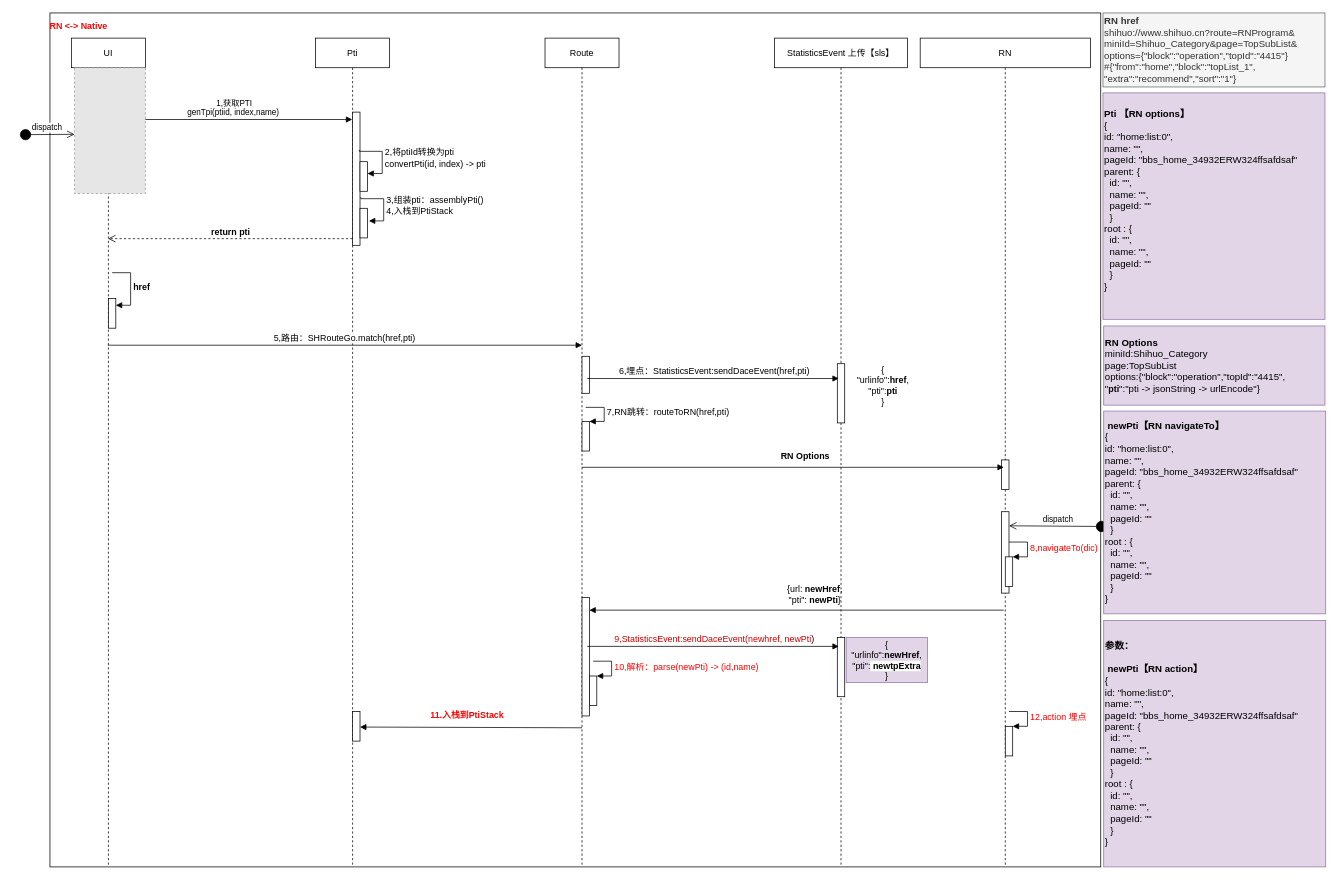
Above: ios客户端埋点方案V2-2.drawio in aiquantong/Hero (draw.io), before the change. Source tidied: cells renumbered, new cells numbered last; positions are measured from the earlier drawing's top-left corner, leaving out a move shared by most shapes. Both pictures are drawn from the tidied source at 74%, with x=0, y=0 at pixel (19, 13). Pictures stored in the file or linked from it are replaced by grey dashed boxes.
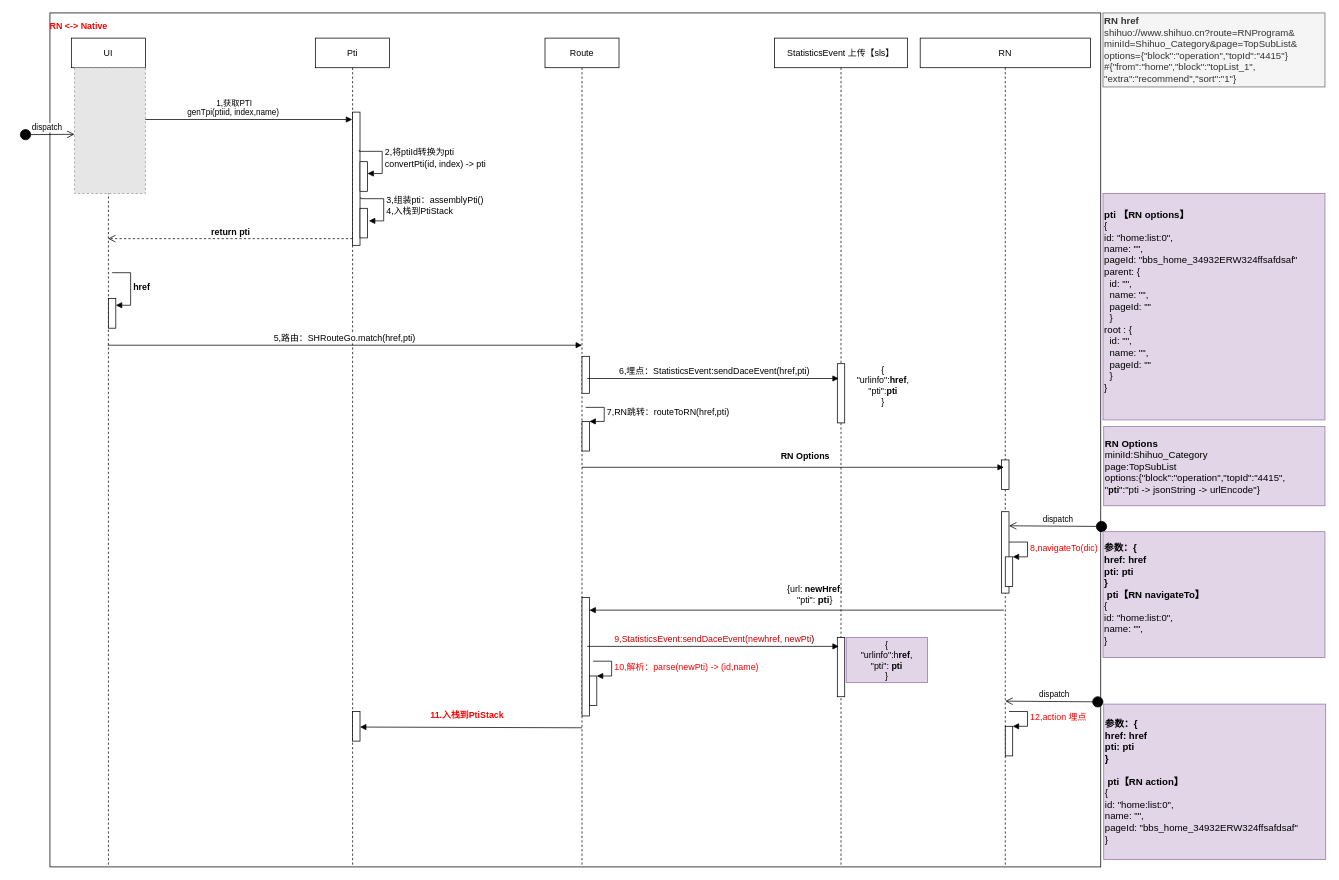
The same diagram, later.

Commit message:
Update ios客户端埋点方案V2-2.drawio

Diff of the diagram source:
```diff
@@
     <mxCell id="37" value="&lt;span style=&quot;font-size: 13px&quot;&gt;&lt;b style=&quot;font-size: 13px&quot;&gt;RN Options&lt;/b&gt;&lt;br style=&quot;font-size: 13px&quot;&gt;miniId:Shihuo_Category&lt;/span&gt;&lt;br style=&quot;padding: 0px ; margin: 0px ; font-size: 13px&quot;&gt;&lt;span style=&quot;font-size: 13px&quot;&gt;page:TopSubList&lt;/span&gt;&lt;br style=&quot;padding: 0px ; margin: 0px ; font-size: 13px&quot;&gt;&lt;span style=&quot;font-size: 13px&quot;&gt;options:{&quot;block&quot;:&quot;operation&quot;,&quot;topId&quot;:&quot;4415&quot;,&lt;/span&gt;&lt;br style=&quot;padding: 0px ; margin: 0px ; font-size: 13px&quot;&gt;&quot;&lt;font style=&quot;font-size: 12px&quot;&gt;&lt;b&gt;p&lt;/b&gt;&lt;b&gt;ti&lt;/b&gt;&lt;/font&gt;&lt;span style=&quot;font-size: 13px&quot;&gt;&quot;:&quot;pti -&amp;gt; jsonString -&amp;gt; urlEncode&lt;/span&gt;&lt;span style=&quot;font-size: 13px&quot;&gt;&quot;}&lt;/span&gt;" style="text;html=1;strokeColor=#9673a6;fillColor=#e1d5e7;align=left;verticalAlign=middle;whiteSpace=wrap;rounded=0;fontSize=13;" parent="1" vertex="1">
-      <mxGeometry x="1465" y="423" width="299" height="107" as="geometry" />
+      <mxGeometry x="1465" y="559" width="299" height="107" as="geometry" />
     </mxCell>
@@
-    <mxCell id="41" value="&lt;span style=&quot;text-align: left&quot;&gt;{url: &lt;b&gt;newHref&lt;/b&gt;&lt;/span&gt;&lt;span style=&quot;text-align: left&quot;&gt;,&lt;br&gt;&quot;pti&quot;: &lt;b&gt;newPti&lt;/b&gt;&lt;/span&gt;&lt;span style=&quot;text-align: left&quot;&gt;}&lt;/span&gt;" style="text;html=1;strokeColor=none;fillColor=none;align=center;verticalAlign=middle;whiteSpace=wrap;rounded=0;fontSize=12;" parent="1" vertex="1">
+    <mxCell id="41" value="&lt;span style=&quot;text-align: left&quot;&gt;{url: &lt;b&gt;newHref&lt;/b&gt;&lt;/span&gt;&lt;span style=&quot;text-align: left&quot;&gt;,&lt;br&gt;&quot;pti&quot;:&amp;nbsp;&lt;/span&gt;&lt;b style=&quot;font-size: 13px ; text-align: left&quot;&gt;pti&lt;/b&gt;&lt;span style=&quot;text-align: left&quot;&gt;}&lt;/span&gt;" style="text;html=1;strokeColor=none;fillColor=none;align=center;verticalAlign=middle;whiteSpace=wrap;rounded=0;fontSize=12;" parent="1" vertex="1">
       <mxGeometry x="840" y="766" width="470" height="40" as="geometry" />
     </mxCell>
@@
-    <mxCell id="44" value="{&lt;br&gt;&quot;urlinfo&quot;:&lt;b&gt;newHref&lt;/b&gt;,&lt;br&gt;&quot;pti&quot;:&lt;span style=&quot;background-color: rgb(255 , 255 , 255)&quot;&gt;&amp;nbsp;&lt;b&gt;newtpExtra&lt;/b&gt;&lt;/span&gt;&lt;br&gt;}" style="text;html=1;strokeColor=#9673a6;fillColor=#e1d5e7;align=center;verticalAlign=middle;whiteSpace=wrap;rounded=0;fontSize=12;" parent="1" vertex="1">
+    <mxCell id="44" value="{&lt;br&gt;&quot;urlinfo&quot;:h&lt;b&gt;ref&lt;/b&gt;,&lt;br&gt;&quot;pti&quot;:&lt;b style=&quot;text-align: left&quot;&gt;&amp;nbsp;pti&lt;/b&gt;&lt;br&gt;}" style="text;html=1;strokeColor=#9673a6;fillColor=#e1d5e7;align=center;verticalAlign=middle;whiteSpace=wrap;rounded=0;fontSize=12;" parent="1" vertex="1">
       <mxGeometry x="1117" y="844" width="110" height="61" as="geometry" />
     </mxCell>
@@
-    <mxCell id="49" value="&lt;font style=&quot;font-size: 13px&quot;&gt;&lt;b&gt;Pti 【RN options】&lt;/b&gt;&lt;b&gt;&lt;br&gt;&lt;/b&gt;&lt;/font&gt;&lt;div style=&quot;font-size: 13px&quot;&gt;&lt;div&gt;&lt;font style=&quot;font-size: 13px&quot;&gt;{&lt;br&gt;&lt;/font&gt;&lt;/div&gt;&lt;div&gt;&lt;div&gt;&lt;font style=&quot;font-size: 13px&quot;&gt;id: &quot;home:list:0&quot;,&lt;/font&gt;&lt;/div&gt;&lt;div&gt;&lt;font style=&quot;font-size: 13px&quot;&gt;name: &quot;&quot;,&lt;/font&gt;&lt;/div&gt;&lt;div&gt;&lt;font style=&quot;font-size: 13px&quot;&gt;pageId: &quot;bbs_home_34932ERW324ffsafdsaf&quot;&lt;/font&gt;&lt;/div&gt;&lt;div&gt;&lt;font style=&quot;font-size: 13px&quot;&gt;parent: {&lt;/font&gt;&lt;/div&gt;&lt;div&gt;&lt;font style=&quot;font-size: 13px&quot;&gt;&amp;nbsp; id: &quot;&quot;,&lt;/font&gt;&lt;/div&gt;&lt;div&gt;&lt;font style=&quot;font-size: 13px&quot;&gt;&amp;nbsp; name: &quot;&quot;,&lt;/font&gt;&lt;/div&gt;&lt;div&gt;&lt;font style=&quot;font-size: 13px&quot;&gt;&amp;nbsp; pageId: &quot;&quot;&lt;/font&gt;&lt;/div&gt;&lt;div&gt;&lt;font style=&quot;font-size: 13px&quot;&gt;&amp;nbsp; }&lt;/font&gt;&lt;/div&gt;&lt;div&gt;&lt;font style=&quot;font-size: 13px&quot;&gt;root : {&lt;/font&gt;&lt;/div&gt;&lt;div&gt;&lt;div&gt;&lt;font style=&quot;font-size: 13px&quot;&gt;&amp;nbsp; id: &quot;&quot;,&lt;/font&gt;&lt;/div&gt;&lt;div&gt;&lt;font style=&quot;font-size: 13px&quot;&gt;&amp;nbsp; name: &quot;&quot;,&lt;/font&gt;&lt;/div&gt;&lt;div&gt;&lt;font style=&quot;font-size: 13px&quot;&gt;&amp;nbsp; pageId: &quot;&quot;&lt;/font&gt;&lt;/div&gt;&lt;/div&gt;&lt;div&gt;&lt;font style=&quot;font-size: 13px&quot;&gt;&amp;nbsp; }&lt;/font&gt;&lt;/div&gt;&lt;div&gt;&lt;font style=&quot;font-size: 13px&quot;&gt;}&lt;/font&gt;&lt;/div&gt;&lt;/div&gt;&lt;div&gt;&lt;br&gt;&lt;/div&gt;&lt;/div&gt;" style="text;html=1;strokeColor=#9673a6;fillColor=#e1d5e7;align=left;verticalAlign=middle;whiteSpace=wrap;rounded=0;fontSize=12;" parent="1" vertex="1">
-      <mxGeometry x="1464" y="108" width="300" height="306" as="geometry" />
+    <mxCell id="49" value="&lt;font style=&quot;font-size: 13px&quot;&gt;&lt;b&gt;pti 【RN options】&lt;/b&gt;&lt;b&gt;&lt;br&gt;&lt;/b&gt;&lt;/font&gt;&lt;div style=&quot;font-size: 13px&quot;&gt;&lt;div&gt;&lt;font style=&quot;font-size: 13px&quot;&gt;{&lt;br&gt;&lt;/font&gt;&lt;/div&gt;&lt;div&gt;&lt;div&gt;&lt;font style=&quot;font-size: 13px&quot;&gt;id: &quot;home:list:0&quot;,&lt;/font&gt;&lt;/div&gt;&lt;div&gt;&lt;font style=&quot;font-size: 13px&quot;&gt;name: &quot;&quot;,&lt;/font&gt;&lt;/div&gt;&lt;div&gt;&lt;font style=&quot;font-size: 13px&quot;&gt;pageId: &quot;bbs_home_34932ERW324ffsafdsaf&quot;&lt;/font&gt;&lt;/div&gt;&lt;div&gt;&lt;font style=&quot;font-size: 13px&quot;&gt;parent: {&lt;/font&gt;&lt;/div&gt;&lt;div&gt;&lt;font style=&quot;font-size: 13px&quot;&gt;&amp;nbsp; id: &quot;&quot;,&lt;/font&gt;&lt;/div&gt;&lt;div&gt;&lt;font style=&quot;font-size: 13px&quot;&gt;&amp;nbsp; name: &quot;&quot;,&lt;/font&gt;&lt;/div&gt;&lt;div&gt;&lt;font style=&quot;font-size: 13px&quot;&gt;&amp;nbsp; pageId: &quot;&quot;&lt;/font&gt;&lt;/div&gt;&lt;div&gt;&lt;font style=&quot;font-size: 13px&quot;&gt;&amp;nbsp; }&lt;/font&gt;&lt;/div&gt;&lt;div&gt;&lt;font style=&quot;font-size: 13px&quot;&gt;root : {&lt;/font&gt;&lt;/div&gt;&lt;div&gt;&lt;div&gt;&lt;font style=&quot;font-size: 13px&quot;&gt;&amp;nbsp; id: &quot;&quot;,&lt;/font&gt;&lt;/div&gt;&lt;div&gt;&lt;font style=&quot;font-size: 13px&quot;&gt;&amp;nbsp; name: &quot;&quot;,&lt;/font&gt;&lt;/div&gt;&lt;div&gt;&lt;font style=&quot;font-size: 13px&quot;&gt;&amp;nbsp; pageId: &quot;&quot;&lt;/font&gt;&lt;/div&gt;&lt;/div&gt;&lt;div&gt;&lt;font style=&quot;font-size: 13px&quot;&gt;&amp;nbsp; }&lt;/font&gt;&lt;/div&gt;&lt;div&gt;&lt;font style=&quot;font-size: 13px&quot;&gt;}&lt;/font&gt;&lt;/div&gt;&lt;/div&gt;&lt;div&gt;&lt;br&gt;&lt;/div&gt;&lt;/div&gt;" style="text;html=1;strokeColor=#9673a6;fillColor=#e1d5e7;align=left;verticalAlign=middle;whiteSpace=wrap;rounded=0;fontSize=12;" parent="1" vertex="1">
+      <mxGeometry x="1464" y="244" width="300" height="306" as="geometry" />
     </mxCell>
-    <mxCell id="50" value="&lt;font style=&quot;font-size: 13px&quot;&gt;&lt;b&gt;&amp;nbsp;newPti【RN navigateTo】&lt;/b&gt;&lt;b&gt;&lt;br&gt;&lt;/b&gt;&lt;/font&gt;&lt;div style=&quot;font-size: 13px&quot;&gt;&lt;div&gt;&lt;font style=&quot;font-size: 13px&quot;&gt;{&lt;br&gt;&lt;/font&gt;&lt;/div&gt;&lt;div&gt;&lt;div&gt;&lt;font style=&quot;font-size: 13px&quot;&gt;id: &quot;home:list:0&quot;,&lt;/font&gt;&lt;/div&gt;&lt;div&gt;&lt;font style=&quot;font-size: 13px&quot;&gt;name: &quot;&quot;,&lt;/font&gt;&lt;/div&gt;&lt;div&gt;&lt;font style=&quot;font-size: 13px&quot;&gt;pageId: &quot;bbs_home_34932ERW324ffsafdsaf&quot;&lt;/font&gt;&lt;/div&gt;&lt;div&gt;&lt;font style=&quot;font-size: 13px&quot;&gt;parent: {&lt;/font&gt;&lt;/div&gt;&lt;div&gt;&lt;font style=&quot;font-size: 13px&quot;&gt;&amp;nbsp; id: &quot;&quot;,&lt;/font&gt;&lt;/div&gt;&lt;div&gt;&lt;font style=&quot;font-size: 13px&quot;&gt;&amp;nbsp; name: &quot;&quot;,&lt;/font&gt;&lt;/div&gt;&lt;div&gt;&lt;font style=&quot;font-size: 13px&quot;&gt;&amp;nbsp; pageId: &quot;&quot;&lt;/font&gt;&lt;/div&gt;&lt;div&gt;&lt;font style=&quot;font-size: 13px&quot;&gt;&amp;nbsp; }&lt;/font&gt;&lt;/div&gt;&lt;div&gt;&lt;font style=&quot;font-size: 13px&quot;&gt;root : {&lt;/font&gt;&lt;/div&gt;&lt;div&gt;&lt;div&gt;&lt;font style=&quot;font-size: 13px&quot;&gt;&amp;nbsp; id: &quot;&quot;,&lt;/font&gt;&lt;/div&gt;&lt;div&gt;&lt;font style=&quot;font-size: 13px&quot;&gt;&amp;nbsp; name: &quot;&quot;,&lt;/font&gt;&lt;/div&gt;&lt;div&gt;&lt;font style=&quot;font-size: 13px&quot;&gt;&amp;nbsp; pageId: &quot;&quot;&lt;/font&gt;&lt;/div&gt;&lt;/div&gt;&lt;div&gt;&lt;font style=&quot;font-size: 13px&quot;&gt;&amp;nbsp; }&lt;/font&gt;&lt;/div&gt;&lt;div&gt;&lt;font style=&quot;font-size: 13px&quot;&gt;}&lt;/font&gt;&lt;/div&gt;&lt;/div&gt;&lt;/div&gt;" style="text;html=1;strokeColor=#9673a6;fillColor=#e1d5e7;align=left;verticalAlign=middle;whiteSpace=wrap;rounded=0;fontSize=12;" parent="1" vertex="1">
-      <mxGeometry x="1465" y="538" width="300" height="274" as="geometry" />
+    <mxCell id="50" value="&lt;font style=&quot;font-size: 13px&quot;&gt;&lt;b&gt;参数：{&lt;br&gt;href: href&lt;br&gt;pti: pti&lt;br&gt;}&lt;/b&gt;&lt;b&gt;&lt;br&gt;&amp;nbsp;&lt;/b&gt;&lt;b&gt;pti&lt;/b&gt;&lt;b&gt;【RN navigateTo】&lt;/b&gt;&lt;b&gt;&lt;br&gt;&lt;/b&gt;&lt;/font&gt;&lt;div style=&quot;font-size: 13px&quot;&gt;&lt;div&gt;&lt;font style=&quot;font-size: 13px&quot;&gt;{&lt;br&gt;&lt;/font&gt;&lt;/div&gt;&lt;div&gt;&lt;div&gt;&lt;font style=&quot;font-size: 13px&quot;&gt;id: &quot;home:list:0&quot;,&lt;/font&gt;&lt;/div&gt;&lt;div&gt;&lt;font style=&quot;font-size: 13px&quot;&gt;name: &quot;&quot;,&lt;/font&gt;&lt;/div&gt;&lt;div&gt;&lt;font style=&quot;font-size: 13px&quot;&gt;}&lt;/font&gt;&lt;/div&gt;&lt;/div&gt;&lt;/div&gt;" style="text;html=1;strokeColor=#9673a6;fillColor=#e1d5e7;align=left;verticalAlign=middle;whiteSpace=wrap;rounded=0;fontSize=12;" parent="1" vertex="1">
+      <mxGeometry x="1464" y="701" width="300" height="170" as="geometry" />
     </mxCell>
-    <mxCell id="51" value="&lt;font style=&quot;font-size: 13px&quot;&gt;&lt;b&gt;&lt;br&gt;参数：&lt;br&gt;&lt;br&gt;&amp;nbsp;newPti【RN action】&lt;/b&gt;&lt;b&gt;&lt;br&gt;&lt;/b&gt;&lt;/font&gt;&lt;div style=&quot;font-size: 13px&quot;&gt;&lt;div&gt;&lt;font style=&quot;font-size: 13px&quot;&gt;{&lt;br&gt;&lt;/font&gt;&lt;/div&gt;&lt;div&gt;&lt;div&gt;&lt;font style=&quot;font-size: 13px&quot;&gt;id: &quot;home:list:0&quot;,&lt;/font&gt;&lt;/div&gt;&lt;div&gt;&lt;font style=&quot;font-size: 13px&quot;&gt;name: &quot;&quot;,&lt;/font&gt;&lt;/div&gt;&lt;div&gt;&lt;font style=&quot;font-size: 13px&quot;&gt;pageId: &quot;bbs_home_34932ERW324ffsafdsaf&quot;&lt;/font&gt;&lt;/div&gt;&lt;div&gt;&lt;font style=&quot;font-size: 13px&quot;&gt;parent: {&lt;/font&gt;&lt;/div&gt;&lt;div&gt;&lt;font style=&quot;font-size: 13px&quot;&gt;&amp;nbsp; id: &quot;&quot;,&lt;/font&gt;&lt;/div&gt;&lt;div&gt;&lt;font style=&quot;font-size: 13px&quot;&gt;&amp;nbsp; name: &quot;&quot;,&lt;/font&gt;&lt;/div&gt;&lt;div&gt;&lt;font style=&quot;font-size: 13px&quot;&gt;&amp;nbsp; pageId: &quot;&quot;&lt;/font&gt;&lt;/div&gt;&lt;div&gt;&lt;font style=&quot;font-size: 13px&quot;&gt;&amp;nbsp; }&lt;/font&gt;&lt;/div&gt;&lt;div&gt;&lt;font style=&quot;font-size: 13px&quot;&gt;root : {&lt;/font&gt;&lt;/div&gt;&lt;div&gt;&lt;div&gt;&lt;font style=&quot;font-size: 13px&quot;&gt;&amp;nbsp; id: &quot;&quot;,&lt;/font&gt;&lt;/div&gt;&lt;div&gt;&lt;font style=&quot;font-size: 13px&quot;&gt;&amp;nbsp; name: &quot;&quot;,&lt;/font&gt;&lt;/div&gt;&lt;div&gt;&lt;font style=&quot;font-size: 13px&quot;&gt;&amp;nbsp; pageId: &quot;&quot;&lt;/font&gt;&lt;/div&gt;&lt;/div&gt;&lt;div&gt;&lt;font style=&quot;font-size: 13px&quot;&gt;&amp;nbsp; }&lt;/font&gt;&lt;/div&gt;&lt;div&gt;&lt;font style=&quot;font-size: 13px&quot;&gt;}&lt;/font&gt;&lt;/div&gt;&lt;/div&gt;&lt;div&gt;&lt;br&gt;&lt;/div&gt;&lt;/div&gt;" style="text;html=1;strokeColor=#9673a6;fillColor=#e1d5e7;align=left;verticalAlign=middle;whiteSpace=wrap;rounded=0;fontSize=12;" parent="1" vertex="1">
-      <mxGeometry x="1465" y="821" width="300" height="333" as="geometry" />
+    <mxCell id="51" value="&lt;font style=&quot;font-size: 13px&quot;&gt;&lt;b&gt;&lt;br&gt;参数：{&lt;br&gt;href: href&lt;br&gt;pti: pti&lt;br&gt;}&lt;br&gt;&lt;br&gt;&amp;nbsp;pti【RN action】&lt;/b&gt;&lt;b&gt;&lt;br&gt;&lt;/b&gt;&lt;/font&gt;&lt;div style=&quot;font-size: 13px&quot;&gt;&lt;div&gt;&lt;font style=&quot;font-size: 13px&quot;&gt;{&lt;br&gt;&lt;/font&gt;&lt;/div&gt;&lt;div&gt;&lt;div&gt;&lt;font style=&quot;font-size: 13px&quot;&gt;id: &quot;home:list:0&quot;,&lt;/font&gt;&lt;/div&gt;&lt;div&gt;&lt;font style=&quot;font-size: 13px&quot;&gt;name: &quot;&quot;,&lt;/font&gt;&lt;/div&gt;&lt;div&gt;&lt;font style=&quot;font-size: 13px&quot;&gt;pageId: &quot;bbs_home_34932ERW324ffsafdsaf&quot;&lt;/font&gt;&lt;/div&gt;&lt;div&gt;&lt;span&gt;}&lt;/span&gt;&lt;br&gt;&lt;/div&gt;&lt;/div&gt;&lt;div&gt;&lt;br&gt;&lt;/div&gt;&lt;/div&gt;" style="text;html=1;strokeColor=#9673a6;fillColor=#e1d5e7;align=left;verticalAlign=middle;whiteSpace=wrap;rounded=0;fontSize=12;" parent="1" vertex="1">
+      <mxGeometry x="1465" y="934" width="300" height="210" as="geometry" />
     </mxCell>
+    <mxCell id="52" value="dispatch" style="html=1;verticalAlign=bottom;startArrow=circle;startFill=1;endArrow=open;startSize=6;endSize=8;entryX=1;entryY=0.173;entryDx=0;entryDy=0;entryPerimeter=0;" parent="1" edge="1">
+      <mxGeometry relative="1" as="geometry">
+        <mxPoint x="1465" y="931" as="sourcePoint" />
+        <mxPoint x="1332" y="930" as="targetPoint" />
+      </mxGeometry>
+    </mxCell>
```
